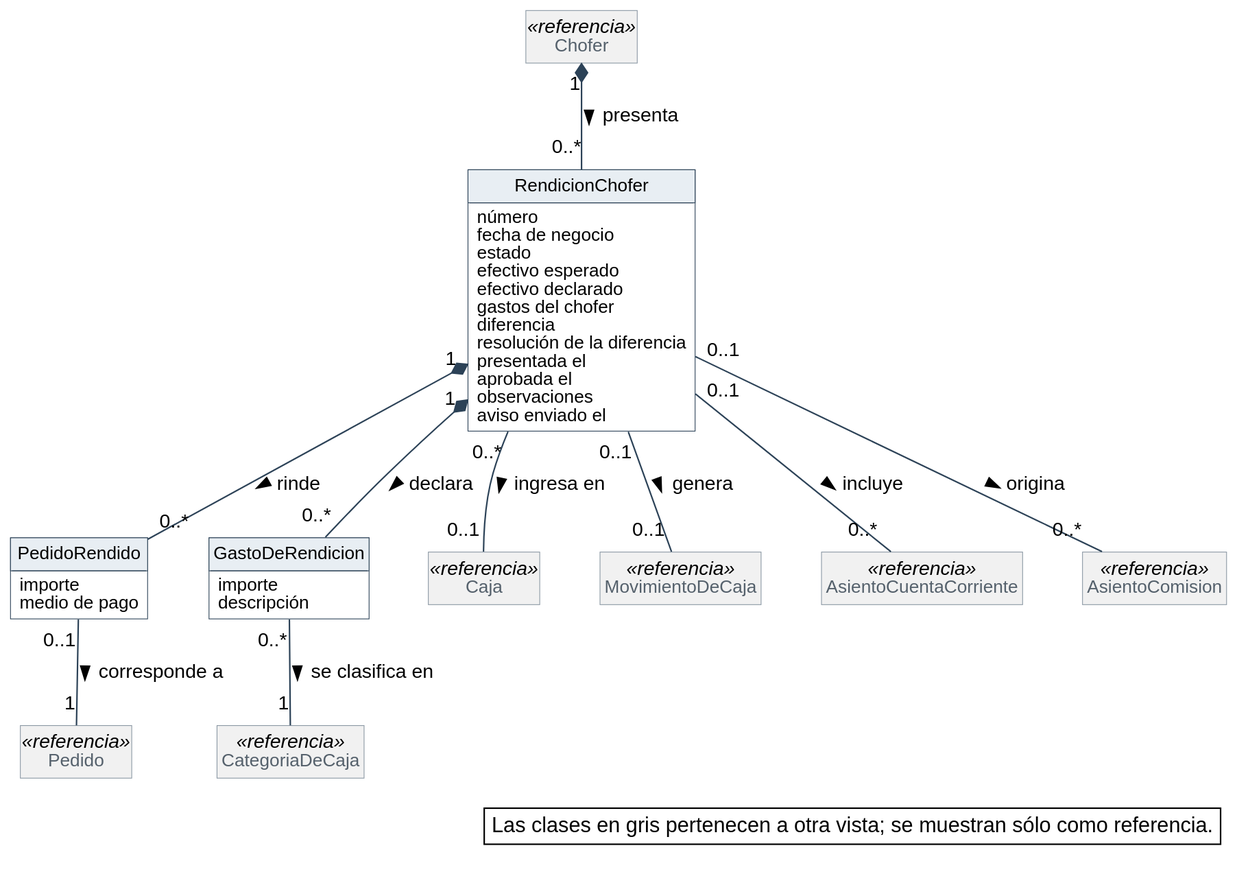
This is diagramas/modelo-conceptual/MC_Rendiciones.svg from Nahuelito-Dev/splg-docs, a PlantUML export, as it was before one commit.
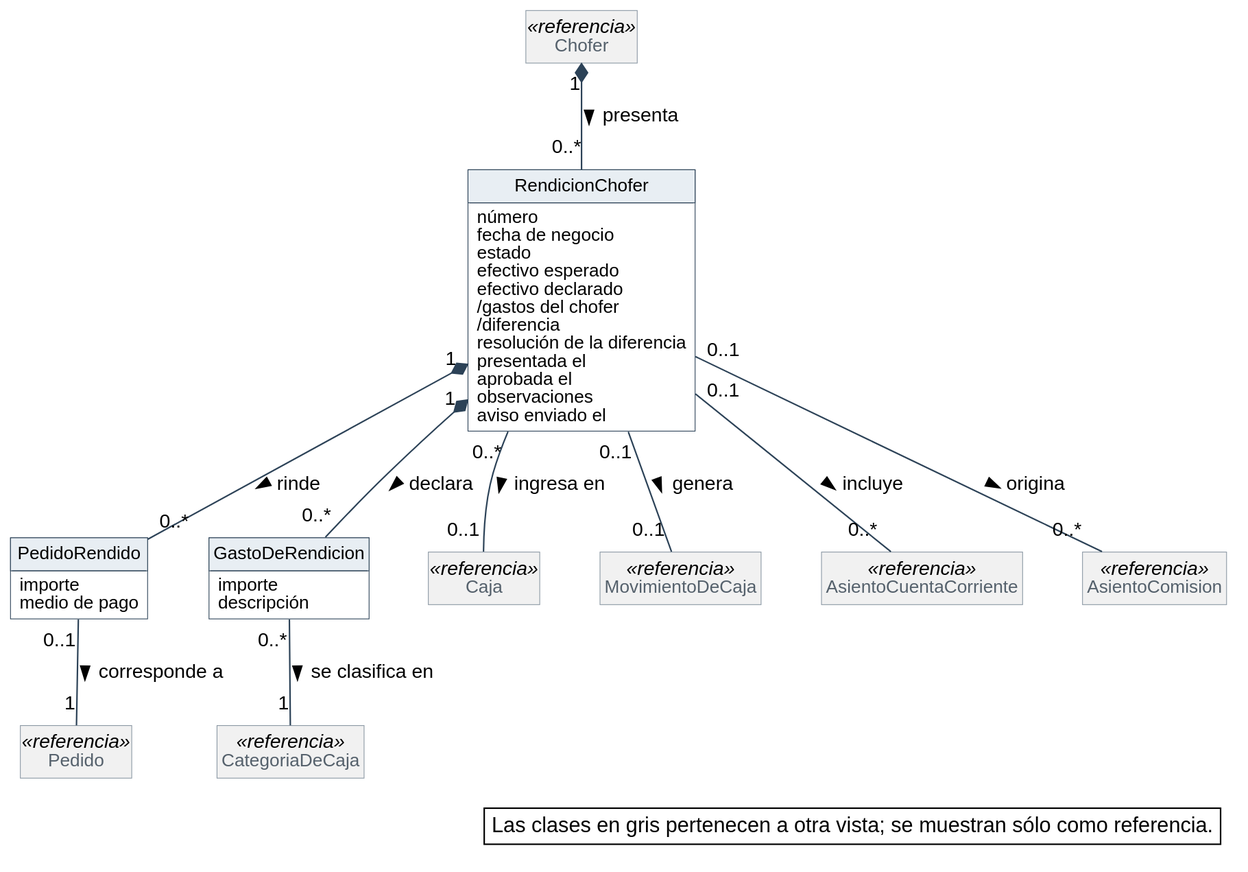
The same file after the commit.

Diff of the diagram source:
```diff
@@ -41,8 +41,8 @@
   estado
   efectivo esperado
   efectivo declarado
-  gastos del chofer
-  diferencia
+  /gastos del chofer
+  /diferencia
   resolución de la diferencia
   presentada el
   aprobada el
```
